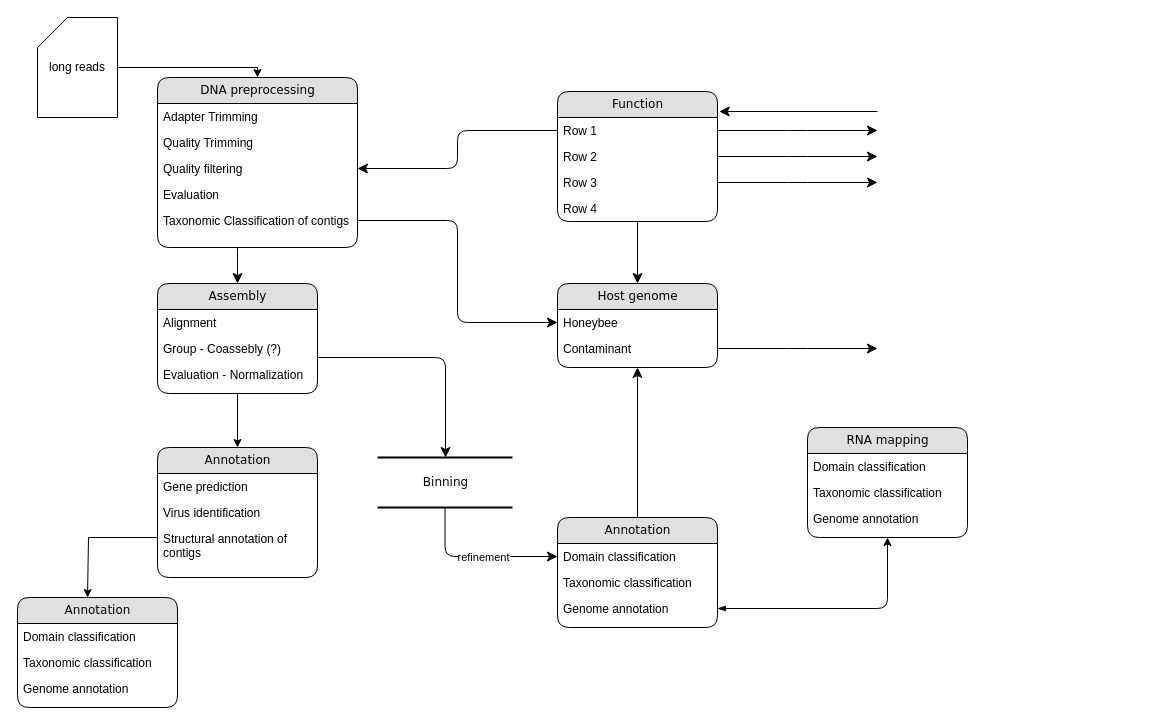
Earlier version of the draw.io diagram analysis_workflow.drawio (IceGreb/db_project). Source tidied: cells renumbered, new cells numbered last; positions are measured from the earlier drawing's top-left corner, leaving out a move shared by most shapes. Both pictures are drawn from the tidied source at 100%, with x=0, y=0 at pixel (17, 17).
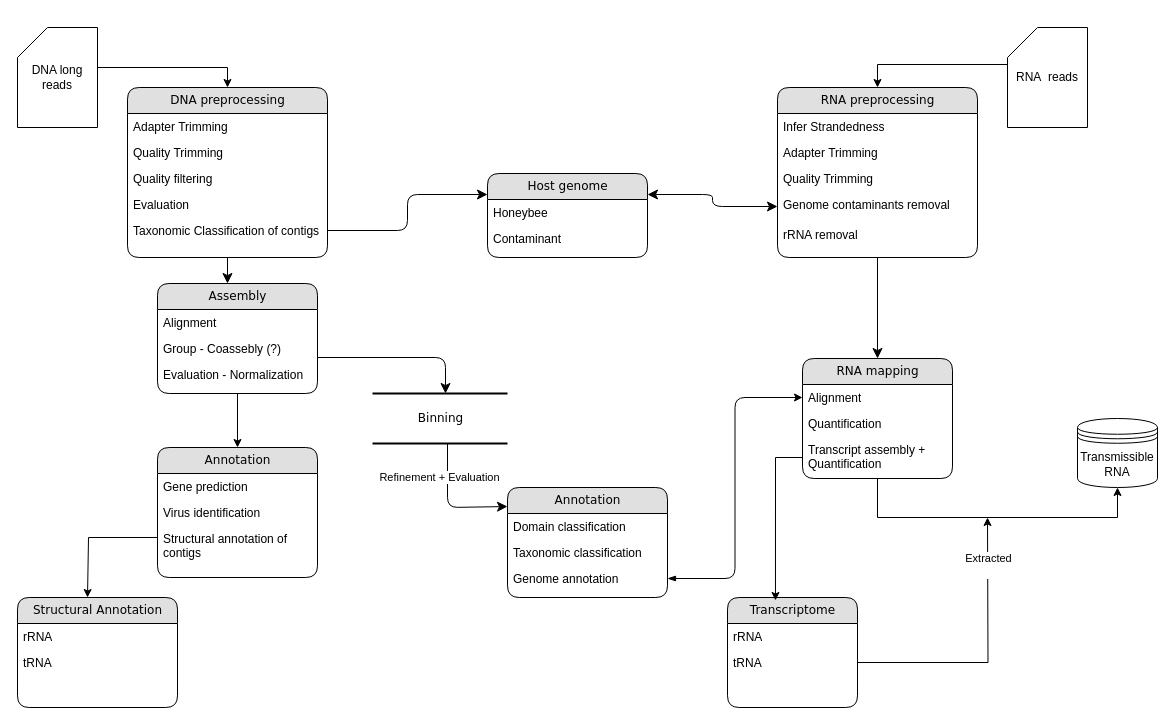
The same diagram, later.

Unchanged cells that the change refers to:
```xml
<mxCell id="5" value="Quality filtering" style="text;html=1;strokeColor=none;fillColor=none;spacingLeft=4;spacingRight=4;whiteSpace=wrap;overflow=hidden;points=[[0,0.5],[1,0.5]];portConstraint=eastwest;" parent="2" vertex="1">
  <mxGeometry y="78" width="200" height="26" as="geometry" />
</mxCell>
<mxCell id="7" value="Taxonomic Classification of contigs" style="text;html=1;strokeColor=none;fillColor=none;spacingLeft=4;spacingRight=4;whiteSpace=wrap;overflow=hidden;points=[[0,0.5],[1,0.5]];portConstraint=eastwest;" parent="2" vertex="1">
  <mxGeometry y="130" width="200" height="26" as="geometry" />
</mxCell>
<mxCell id="24" value="Honeybee" style="text;html=1;strokeColor=none;fillColor=none;spacingLeft=4;spacingRight=4;whiteSpace=wrap;overflow=hidden;points=[[0,0.5],[1,0.5]];portConstraint=eastwest;" parent="23" vertex="1">
  <mxGeometry y="26" width="160" height="26" as="geometry" />
</mxCell>
<mxCell id="25" value="Contaminant" style="text;html=1;strokeColor=none;fillColor=none;spacingLeft=4;spacingRight=4;whiteSpace=wrap;overflow=hidden;points=[[0,0.5],[1,0.5]];portConstraint=eastwest;" parent="23" vertex="1">
  <mxGeometry y="52" width="160" height="26" as="geometry" />
</mxCell>
<mxCell id="27" value="Domain classification" style="text;html=1;strokeColor=none;fillColor=none;spacingLeft=4;spacingRight=4;whiteSpace=wrap;overflow=hidden;points=[[0,0.5],[1,0.5]];portConstraint=eastwest;" parent="26" vertex="1">
  <mxGeometry y="26" width="160" height="26" as="geometry" />
</mxCell>
<mxCell id="29" value="Genome annotation" style="text;html=1;strokeColor=none;fillColor=none;spacingLeft=4;spacingRight=4;whiteSpace=wrap;overflow=hidden;points=[[0,0.5],[1,0.5]];portConstraint=eastwest;" parent="26" vertex="1">
  <mxGeometry y="78" width="160" height="26" as="geometry" />
</mxCell>
```

The edit, as a diff of the source:
```diff
@@
     <mxCell id="2" value="DNA preprocessing" style="swimlane;html=1;fontStyle=0;horizontal=1;startSize=26;fillColor=#e0e0e0;swimlaneFillColor=#ffffff;align=center;rounded=1;shadow=0;comic=0;labelBackgroundColor=none;strokeWidth=1;fontFamily=Verdana;fontSize=12;" parent="1" vertex="1">
-      <mxGeometry x="140" y="60" width="200" height="170" as="geometry" />
+      <mxGeometry x="110" y="70" width="200" height="170" as="geometry" />
     </mxCell>
@@
-    <mxCell id="8" value="Function" style="swimlane;html=1;fontStyle=0;horizontal=1;startSize=26;fillColor=#e0e0e0;swimlaneFillColor=#ffffff;align=center;rounded=1;shadow=0;comic=0;labelBackgroundColor=none;strokeWidth=1;fontFamily=Verdana;fontSize=12;" parent="1" vertex="1">
-      <mxGeometry x="540" y="74" width="160" height="130" as="geometry" />
-    </mxCell>
-    <mxCell id="9" value="Row 1" style="text;html=1;strokeColor=none;fillColor=none;spacingLeft=4;spacingRight=4;whiteSpace=wrap;overflow=hidden;points=[[0,0.5],[1,0.5]];portConstraint=eastwest;" parent="8" vertex="1">
-      <mxGeometry y="26" width="160" height="26" as="geometry" />
-    </mxCell>
-    <mxCell id="10" value="Row 2" style="text;html=1;strokeColor=none;fillColor=none;spacingLeft=4;spacingRight=4;whiteSpace=wrap;overflow=hidden;points=[[0,0.5],[1,0.5]];portConstraint=eastwest;" parent="8" vertex="1">
-      <mxGeometry y="52" width="160" height="26" as="geometry" />
-    </mxCell>
-    <mxCell id="11" value="Row 3" style="text;html=1;strokeColor=none;fillColor=none;spacingLeft=4;spacingRight=4;whiteSpace=wrap;overflow=hidden;points=[[0,0.5],[1,0.5]];portConstraint=eastwest;" parent="8" vertex="1">
-      <mxGeometry y="78" width="160" height="26" as="geometry" />
-    </mxCell>
-    <mxCell id="12" value="Row 4" style="text;html=1;strokeColor=none;fillColor=none;spacingLeft=4;spacingRight=4;whiteSpace=wrap;overflow=hidden;" parent="8" vertex="1">
-      <mxGeometry y="104" width="160" height="26" as="geometry" />
-    </mxCell>
@@
     <mxCell id="23" value="Host genome" style="swimlane;html=1;fontStyle=0;horizontal=1;startSize=26;fillColor=#e0e0e0;swimlaneFillColor=#ffffff;align=center;rounded=1;shadow=0;comic=0;labelBackgroundColor=none;strokeWidth=1;fontFamily=Verdana;fontSize=12;" parent="1" vertex="1">
-      <mxGeometry x="540" y="266" width="160" height="84" as="geometry" />
+      <mxGeometry x="470" y="156" width="160" height="84" as="geometry" />
     </mxCell>
@@
     <mxCell id="26" value="Annotation" style="swimlane;html=1;fontStyle=0;horizontal=1;startSize=26;fillColor=#e0e0e0;swimlaneFillColor=#ffffff;align=center;rounded=1;shadow=0;comic=0;labelBackgroundColor=none;strokeWidth=1;fontFamily=Verdana;fontSize=12;" parent="1" vertex="1">
-      <mxGeometry x="540" y="500" width="160" height="110" as="geometry" />
+      <mxGeometry x="490" y="470" width="160" height="110" as="geometry" />
     </mxCell>
@@
     <mxCell id="30" value="Binning" style="html=1;rounded=0;shadow=0;comic=0;labelBackgroundColor=none;strokeWidth=2;fontFamily=Verdana;fontSize=12;align=center;shape=mxgraph.ios7ui.horLines;" parent="1" vertex="1">
-      <mxGeometry x="360" y="440" width="135" height="50" as="geometry" />
+      <mxGeometry x="355" y="376" width="135" height="50" as="geometry" />
     </mxCell>
-    <mxCell id="31" style="edgeStyle=orthogonalEdgeStyle;html=1;labelBackgroundColor=none;startFill=0;startSize=8;endFill=1;endSize=8;fontFamily=Verdana;fontSize=12;" parent="1" edge="1" source="30" target="27">
-      <mxGeometry x="-0.13" y="32" relative="1" as="geometry" />
+    <mxCell id="31" style="edgeStyle=orthogonalEdgeStyle;html=1;labelBackgroundColor=none;startFill=0;startSize=8;endFill=1;endSize=8;fontFamily=Verdana;fontSize=12;entryX=0;entryY=0.173;entryDx=0;entryDy=0;entryPerimeter=0;" parent="1" edge="1" source="30" target="26">
+      <mxGeometry x="-0.13" y="32" relative="1" as="geometry">
+        <Array as="points">
+          <mxPoint x="430" y="490" />
+        </Array>
+      </mxGeometry>
     </mxCell>
-    <mxCell id="32" value="refinement" style="edgeLabel;html=1;align=center;verticalAlign=middle;" parent="31" vertex="1">
+    <mxCell id="32" value="Refinement + Evaluation" style="edgeLabel;html=1;align=center;verticalAlign=middle;" parent="31" vertex="1">
       <mxGeometry x="0.07" relative="1" as="geometry">
-        <mxPoint x="1" as="offset" />
+        <mxPoint x="-10" y="-30" as="offset" />
       </mxGeometry>
     </mxCell>
@@
-    <mxCell id="35" style="edgeStyle=orthogonalEdgeStyle;html=1;labelBackgroundColor=none;startFill=0;startSize=8;endFill=1;endSize=8;fontFamily=Verdana;fontSize=12;" parent="1" edge="1" source="26" target="23">
-      <mxGeometry relative="1" as="geometry" />
-    </mxCell>
-    <mxCell id="36" style="edgeStyle=orthogonalEdgeStyle;html=1;labelBackgroundColor=none;startFill=0;startSize=8;endFill=1;endSize=8;fontFamily=Verdana;fontSize=12;" parent="1" edge="1" source="8" target="23">
+    <mxCell id="36" style="edgeStyle=orthogonalEdgeStyle;html=1;labelBackgroundColor=none;startFill=1;startSize=8;endFill=1;endSize=8;fontFamily=Verdana;fontSize=12;exitX=0;exitY=0.5;exitDx=0;exitDy=0;startArrow=classic;entryX=1;entryY=0.25;entryDx=0;entryDy=0;" parent="1" edge="1" source="60" target="23">
       <mxGeometry relative="1" as="geometry" />
     </mxCell>
-    <mxCell id="37" style="edgeStyle=orthogonalEdgeStyle;html=1;exitX=0;exitY=0.5;entryX=1;entryY=0.5;labelBackgroundColor=none;startFill=0;startSize=8;endFill=1;endSize=8;fontFamily=Verdana;fontSize=12;" parent="1" edge="1" source="9" target="5">
-      <mxGeometry relative="1" as="geometry" />
-    </mxCell>
-    <mxCell id="38" style="edgeStyle=orthogonalEdgeStyle;html=1;exitX=1;exitY=0.5;entryX=0;entryY=0.5;labelBackgroundColor=none;startFill=0;startSize=8;endFill=1;endSize=8;fontFamily=Verdana;fontSize=12;" parent="1" edge="1" source="7" target="24">
+    <mxCell id="38" style="edgeStyle=orthogonalEdgeStyle;html=1;exitX=1;exitY=0.5;entryX=0;entryY=0.25;labelBackgroundColor=none;startFill=0;startSize=8;endFill=1;endSize=8;fontFamily=Verdana;fontSize=12;entryDx=0;entryDy=0;" parent="1" edge="1" source="7" target="23">
       <mxGeometry relative="1" as="geometry" />
     </mxCell>
-    <mxCell id="39" style="edgeStyle=orthogonalEdgeStyle;html=1;labelBackgroundColor=none;startFill=0;startSize=8;endFill=1;endSize=8;fontFamily=Verdana;fontSize=12;" parent="1" edge="1" source="25">
-      <mxGeometry relative="1" as="geometry">
-        <mxPoint x="860" y="331" as="targetPoint" />
-      </mxGeometry>
-    </mxCell>
-    <mxCell id="40" style="edgeStyle=orthogonalEdgeStyle;html=1;labelBackgroundColor=none;startFill=1;endFill=1;fontFamily=Verdana;fontSize=12;entryX=0.5;entryY=1;entryDx=0;entryDy=0;startArrow=blockThin;" parent="1" edge="1" source="29" target="47">
+    <mxCell id="40" style="edgeStyle=orthogonalEdgeStyle;html=1;labelBackgroundColor=none;startFill=1;endFill=1;fontFamily=Verdana;fontSize=12;entryX=0;entryY=0.5;entryDx=0;entryDy=0;startArrow=blockThin;" parent="1" edge="1" source="29" target="48">
       <mxGeometry relative="1" as="geometry" />
     </mxCell>
-    <mxCell id="41" style="edgeStyle=orthogonalEdgeStyle;html=1;exitX=1;exitY=0.5;labelBackgroundColor=none;startFill=0;startSize=8;endFill=1;endSize=8;fontFamily=Verdana;fontSize=12;" parent="1" edge="1" source="9">
-      <mxGeometry relative="1" as="geometry">
-        <mxPoint x="860" y="113" as="targetPoint" />
-      </mxGeometry>
-    </mxCell>
-    <mxCell id="42" style="edgeStyle=orthogonalEdgeStyle;html=1;exitX=1;exitY=0.5;labelBackgroundColor=none;startFill=0;startSize=8;endFill=1;endSize=8;fontFamily=Verdana;fontSize=12;" parent="1" edge="1" source="10">
-      <mxGeometry relative="1" as="geometry">
-        <mxPoint x="860" y="139" as="targetPoint" />
-      </mxGeometry>
-    </mxCell>
-    <mxCell id="43" style="edgeStyle=orthogonalEdgeStyle;html=1;exitX=1;exitY=0.5;labelBackgroundColor=none;startFill=0;startSize=8;endFill=1;endSize=8;fontFamily=Verdana;fontSize=12;" parent="1" edge="1" source="11">
-      <mxGeometry relative="1" as="geometry">
-        <mxPoint x="860" y="165" as="targetPoint" />
-      </mxGeometry>
+    <mxCell id="43" style="edgeStyle=orthogonalEdgeStyle;html=1;exitX=0.5;exitY=1;labelBackgroundColor=none;startFill=0;startSize=8;endFill=1;endSize=8;fontFamily=Verdana;fontSize=12;exitDx=0;exitDy=0;entryX=0.5;entryY=0;entryDx=0;entryDy=0;" parent="1" edge="1" source="56" target="47">
+      <mxGeometry relative="1" as="geometry" />
     </mxCell>
-    <mxCell id="44" style="edgeStyle=elbowEdgeStyle;html=1;labelBackgroundColor=none;startFill=0;startSize=8;endFill=1;endSize=8;fontFamily=Verdana;fontSize=12;elbow=vertical;entryX=1.011;entryY=0.152;entryPerimeter=0;" parent="1" edge="1" target="8">
-      <mxGeometry relative="1" as="geometry">
-        <mxPoint x="860" y="94" as="sourcePoint" />
-        <Array as="points">
-          <mxPoint x="790" y="94" />
-        </Array>
-      </mxGeometry>
-    </mxCell>
     <mxCell id="45" style="edgeStyle=orthogonalEdgeStyle;rounded=0;jettySize=auto;html=1;entryX=0.5;entryY=0;entryDx=0;entryDy=0;" parent="1" edge="1" source="46" target="2">
       <mxGeometry relative="1" as="geometry">
         <Array as="points">
-          <mxPoint x="240" y="50" />
+          <mxPoint x="210" y="50" />
         </Array>
       </mxGeometry>
     </mxCell>
-    <mxCell id="46" value="long reads" style="shape=card;whiteSpace=wrap;html=1;" parent="1" vertex="1">
-      <mxGeometry x="20" width="80" height="100" as="geometry" />
+    <mxCell id="46" value="DNA long reads" style="shape=card;whiteSpace=wrap;html=1;" parent="1" vertex="1">
+      <mxGeometry y="10" width="80" height="100" as="geometry" />
     </mxCell>
+    <mxCell id="55" style="edgeStyle=orthogonalEdgeStyle;rounded=0;jettySize=auto;html=1;entryX=0.5;entryY=1;entryDx=0;entryDy=0;" parent="1" edge="1" source="47" target="70">
+      <mxGeometry relative="1" as="geometry">
+        <Array as="points">
+          <mxPoint x="860" y="500" />
+          <mxPoint x="1100" y="500" />
+        </Array>
+      </mxGeometry>
+    </mxCell>
     <mxCell id="47" value="RNA mapping" style="swimlane;html=1;fontStyle=0;horizontal=1;startSize=26;fillColor=#e0e0e0;swimlaneFillColor=#ffffff;align=center;rounded=1;shadow=0;comic=0;labelBackgroundColor=none;strokeWidth=1;fontFamily=Verdana;fontSize=12;" parent="1" vertex="1">
-      <mxGeometry x="790" y="410" width="160" height="110" as="geometry" />
+      <mxGeometry x="785" y="341" width="150" height="120" as="geometry" />
     </mxCell>
-    <mxCell id="48" value="Domain classification" style="text;html=1;strokeColor=none;fillColor=none;spacingLeft=4;spacingRight=4;whiteSpace=wrap;overflow=hidden;points=[[0,0.5],[1,0.5]];portConstraint=eastwest;" parent="47" vertex="1">
-      <mxGeometry y="26" width="160" height="26" as="geometry" />
+    <mxCell id="48" value="Alignment" style="text;html=1;strokeColor=none;fillColor=none;spacingLeft=4;spacingRight=4;whiteSpace=wrap;overflow=hidden;points=[[0,0.5],[1,0.5]];portConstraint=eastwest;" parent="47" vertex="1">
+      <mxGeometry y="26" width="150" height="26" as="geometry" />
     </mxCell>
-    <mxCell id="49" value="Taxonomic classification" style="text;html=1;strokeColor=none;fillColor=none;spacingLeft=4;spacingRight=4;whiteSpace=wrap;overflow=hidden;" parent="47" vertex="1">
-      <mxGeometry y="52" width="160" height="26" as="geometry" />
+    <mxCell id="49" value="Quantification" style="text;html=1;strokeColor=none;fillColor=none;spacingLeft=4;spacingRight=4;whiteSpace=wrap;overflow=hidden;" parent="47" vertex="1">
+      <mxGeometry y="52" width="150" height="26" as="geometry" />
     </mxCell>
-    <mxCell id="50" value="Genome annotation" style="text;html=1;strokeColor=none;fillColor=none;spacingLeft=4;spacingRight=4;whiteSpace=wrap;overflow=hidden;points=[[0,0.5],[1,0.5]];portConstraint=eastwest;" parent="47" vertex="1">
-      <mxGeometry y="78" width="160" height="26" as="geometry" />
+    <mxCell id="50" value="Transcript assembly + Quantification" style="text;html=1;strokeColor=none;fillColor=none;spacingLeft=4;spacingRight=4;whiteSpace=wrap;overflow=hidden;points=[[0,0.5],[1,0.5]];portConstraint=eastwest;" parent="47" vertex="1">
+      <mxGeometry y="78" width="150" height="42" as="geometry" />
     </mxCell>
-    <mxCell id="51" value="Annotation" style="swimlane;html=1;fontStyle=0;horizontal=1;startSize=26;fillColor=#e0e0e0;swimlaneFillColor=#ffffff;align=center;rounded=1;shadow=0;comic=0;labelBackgroundColor=none;strokeWidth=1;fontFamily=Verdana;fontSize=12;" parent="1" vertex="1">
+    <mxCell id="51" value="Structural Annotation" style="swimlane;html=1;fontStyle=0;horizontal=1;startSize=26;fillColor=#e0e0e0;swimlaneFillColor=#ffffff;align=center;rounded=1;shadow=0;comic=0;labelBackgroundColor=none;strokeWidth=1;fontFamily=Verdana;fontSize=12;" parent="1" vertex="1">
       <mxGeometry y="580" width="160" height="110" as="geometry" />
     </mxCell>
-    <mxCell id="52" value="Domain classification" style="text;html=1;strokeColor=none;fillColor=none;spacingLeft=4;spacingRight=4;whiteSpace=wrap;overflow=hidden;" parent="51" vertex="1">
+    <mxCell id="52" value="rRNA" style="text;html=1;strokeColor=none;fillColor=none;spacingLeft=4;spacingRight=4;whiteSpace=wrap;overflow=hidden;" parent="51" vertex="1">
       <mxGeometry y="26" width="160" height="26" as="geometry" />
     </mxCell>
-    <mxCell id="53" value="Taxonomic classification" style="text;html=1;strokeColor=none;fillColor=none;spacingLeft=4;spacingRight=4;whiteSpace=wrap;overflow=hidden;" parent="51" vertex="1">
+    <mxCell id="53" value="tRNA" style="text;html=1;strokeColor=none;fillColor=none;spacingLeft=4;spacingRight=4;whiteSpace=wrap;overflow=hidden;" parent="51" vertex="1">
       <mxGeometry y="52" width="160" height="26" as="geometry" />
     </mxCell>
-    <mxCell id="54" value="Genome annotation" style="text;html=1;strokeColor=none;fillColor=none;spacingLeft=4;spacingRight=4;whiteSpace=wrap;overflow=hidden;" parent="51" vertex="1">
-      <mxGeometry y="78" width="160" height="26" as="geometry" />
-    </mxCell>
+    <mxCell id="56" value="RNA preprocessing" style="swimlane;html=1;fontStyle=0;horizontal=1;startSize=26;fillColor=#e0e0e0;swimlaneFillColor=#ffffff;align=center;rounded=1;shadow=0;comic=0;labelBackgroundColor=none;strokeWidth=1;fontFamily=Verdana;fontSize=12;" parent="1" vertex="1">
+      <mxGeometry x="760" y="70" width="200" height="170" as="geometry" />
+    </mxCell>
+    <mxCell id="57" value="Infer Strandedness" style="text;html=1;strokeColor=none;fillColor=none;spacingLeft=4;spacingRight=4;whiteSpace=wrap;overflow=hidden;" parent="56" vertex="1">
+      <mxGeometry y="26" width="200" height="26" as="geometry" />
+    </mxCell>
+    <mxCell id="58" value="Adapter Trimming" style="text;html=1;strokeColor=none;fillColor=none;spacingLeft=4;spacingRight=4;whiteSpace=wrap;overflow=hidden;" parent="56" vertex="1">
+      <mxGeometry y="52" width="200" height="26" as="geometry" />
+    </mxCell>
+    <mxCell id="59" value="Quality Trimming" style="text;html=1;strokeColor=none;fillColor=none;spacingLeft=4;spacingRight=4;whiteSpace=wrap;overflow=hidden;" parent="56" vertex="1">
+      <mxGeometry y="78" width="200" height="26" as="geometry" />
+    </mxCell>
+    <mxCell id="60" value="Genome contaminants removal" style="text;html=1;strokeColor=none;fillColor=none;spacingLeft=4;spacingRight=4;whiteSpace=wrap;overflow=hidden;points=[[0,0.5],[1,0.5]];portConstraint=eastwest;" parent="56" vertex="1">
+      <mxGeometry y="104" width="200" height="30" as="geometry" />
+    </mxCell>
+    <mxCell id="61" value="rRNA removal" style="text;html=1;strokeColor=none;fillColor=none;spacingLeft=4;spacingRight=4;whiteSpace=wrap;overflow=hidden;" parent="56" vertex="1">
+      <mxGeometry y="134" width="200" height="26" as="geometry" />
+    </mxCell>
+    <mxCell id="62" style="edgeStyle=orthogonalEdgeStyle;rounded=0;jettySize=auto;html=1;entryX=0.5;entryY=0;entryDx=0;entryDy=0;exitX=0.025;exitY=0.37;exitDx=0;exitDy=0;exitPerimeter=0;" parent="1" edge="1" source="63" target="56">
+      <mxGeometry relative="1" as="geometry" />
+    </mxCell>
+    <mxCell id="63" value="RNA&amp;nbsp; reads" style="shape=card;whiteSpace=wrap;html=1;" parent="1" vertex="1">
+      <mxGeometry x="990" y="10" width="80" height="100" as="geometry" />
+    </mxCell>
+    <mxCell id="64" value="Transcriptome" style="swimlane;html=1;fontStyle=0;horizontal=1;startSize=26;fillColor=#e0e0e0;swimlaneFillColor=#ffffff;align=center;rounded=1;shadow=0;comic=0;labelBackgroundColor=none;strokeWidth=1;fontFamily=Verdana;fontSize=12;" parent="1" vertex="1">
+      <mxGeometry x="710" y="580" width="130" height="110" as="geometry" />
+    </mxCell>
+    <mxCell id="65" value="rRNA" style="text;html=1;strokeColor=none;fillColor=none;spacingLeft=4;spacingRight=4;whiteSpace=wrap;overflow=hidden;" parent="64" vertex="1">
+      <mxGeometry y="26" width="130" height="26" as="geometry" />
+    </mxCell>
+    <mxCell id="66" style="edgeStyle=orthogonalEdgeStyle;rounded=0;jettySize=auto;html=1;" parent="64" edge="1" source="68">
+      <mxGeometry relative="1" as="geometry">
+        <mxPoint x="260" y="-80" as="targetPoint" />
+      </mxGeometry>
+    </mxCell>
+    <mxCell id="67" value="&lt;div&gt;Extracted&lt;/div&gt;&lt;div&gt;&lt;br&gt;&lt;/div&gt;" style="edgeLabel;html=1;align=center;verticalAlign=middle;" parent="66" vertex="1">
+      <mxGeometry x="0.96" relative="1" as="geometry">
+        <mxPoint y="42" as="offset" />
+      </mxGeometry>
+    </mxCell>
+    <mxCell id="68" value="tRNA" style="text;html=1;strokeColor=none;fillColor=none;spacingLeft=4;spacingRight=4;whiteSpace=wrap;overflow=hidden;points=[[0,0.5],[1,0.5]];portConstraint=eastwest;" parent="64" vertex="1">
+      <mxGeometry y="52" width="130" height="26" as="geometry" />
+    </mxCell>
+    <mxCell id="69" style="edgeStyle=orthogonalEdgeStyle;rounded=0;jettySize=auto;html=1;exitX=0;exitY=0.5;exitDx=0;exitDy=0;entryX=0.369;entryY=0.027;entryDx=0;entryDy=0;entryPerimeter=0;" parent="1" edge="1" source="50" target="64">
+      <mxGeometry relative="1" as="geometry">
+        <Array as="points">
+          <mxPoint x="758" y="440" />
+        </Array>
+      </mxGeometry>
+    </mxCell>
+    <mxCell id="70" value="&lt;div&gt;Transmissible&lt;/div&gt;&lt;div&gt;RNA&lt;br&gt;&lt;/div&gt;" style="shape=datastore;whiteSpace=wrap;html=1;" parent="1" vertex="1">
+      <mxGeometry x="1060" y="401" width="80" height="69" as="geometry" />
+    </mxCell>
```
